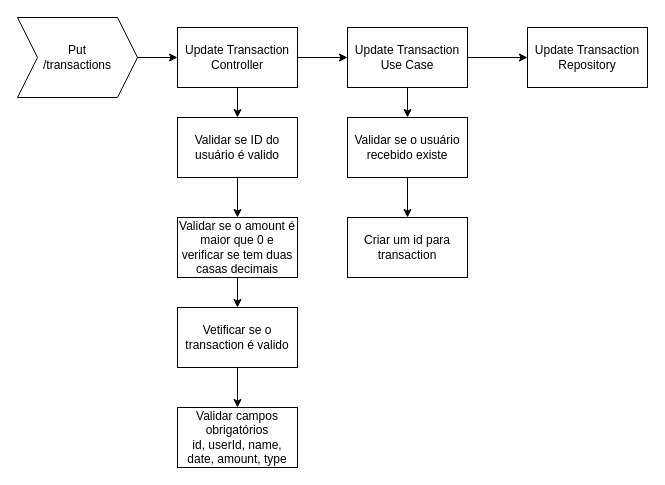
edumatheus65/finance-manager-pro keeps this draw.io diagram as page "Update-Transaction" (2 of 3) of finance-pro.drawio. Above is the earlier version. Source tidied: cells renumbered, new cells numbered last; positions are measured from the earlier drawing's top-left corner, leaving out a move shared by most shapes. Both pictures are drawn from the tidied source at 100%, with x=0, y=0 at pixel (17, 17).
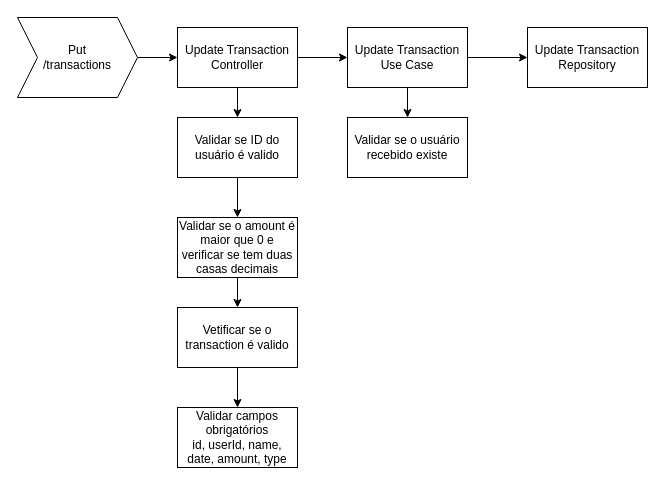
After the change.

The change refers to these unchanged cells:
```xml
<mxCell id="18" value="Validar se o usuário recebido existe" style="rounded=0;whiteSpace=wrap;html=1;" parent="1" vertex="1">
  <mxGeometry x="330" y="100" width="120" height="60" as="geometry" />
</mxCell>
```

What changed in the source:
```diff
@@
-    <mxCell id="17" style="edgeStyle=orthogonalEdgeStyle;rounded=0;jettySize=auto;html=1;" parent="1" edge="1" source="18" target="19">
-      <mxGeometry relative="1" as="geometry" />
-    </mxCell>
@@
-    <mxCell id="19" value="Criar um id para transaction" style="rounded=0;whiteSpace=wrap;html=1;" parent="1" vertex="1">
-      <mxGeometry x="330" y="200" width="120" height="60" as="geometry" />
-    </mxCell>
```
